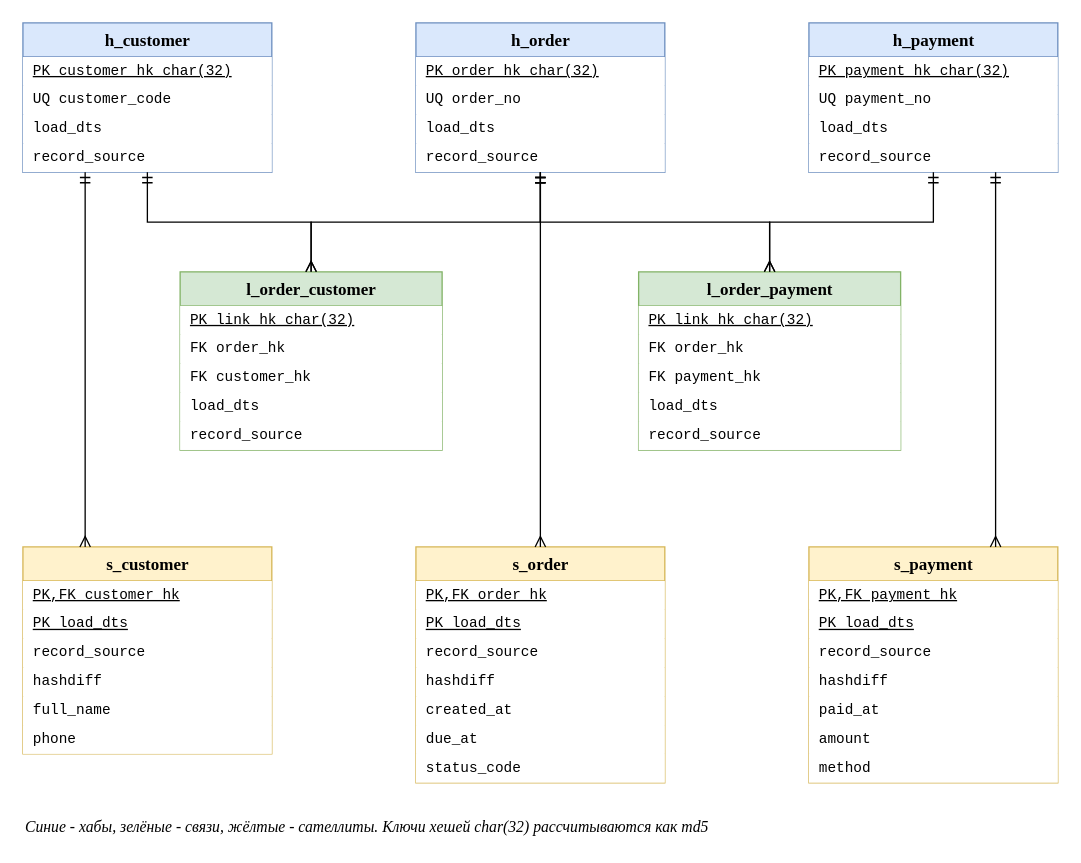
Loadk12/warehouse-datavault-lab keeps this draw.io diagram as diagrams/02_datavault_core.drawio. Above is the earlier version. Source tidied: cells renumbered, new cells numbered last; positions are measured from the earlier drawing's top-left corner, leaving out a move shared by most shapes. Both pictures are drawn from the tidied source at 131%, with x=0, y=0 at pixel (22, 22).
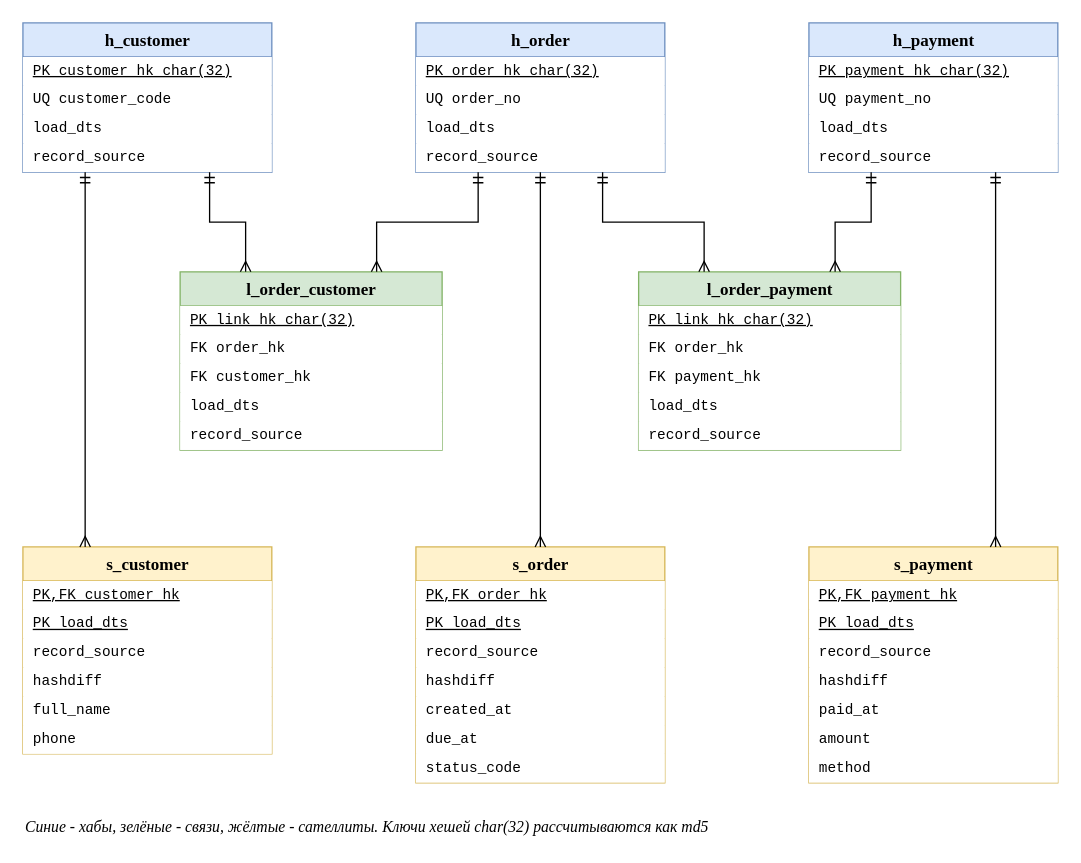
After the change.

Commit message (it also covers changes not shown here):
Redraw Data Vault diagrams without crossing lines

Unchanged cells that the change refers to:
```xml
<mxCell id="2" value="h_customer" style="swimlane;fontStyle=1;horizontal=1;startSize=26;fillColor=#dae8fc;strokeColor=#6c8ebf;fontFamily=Times New Roman;fontSize=13;html=1;" parent="1" vertex="1">
  <mxGeometry width="190" height="114" as="geometry" />
</mxCell>
<mxCell id="7" value="h_order" style="swimlane;fontStyle=1;horizontal=1;startSize=26;fillColor=#dae8fc;strokeColor=#6c8ebf;fontFamily=Times New Roman;fontSize=13;html=1;" parent="1" vertex="1">
  <mxGeometry x="300" width="190" height="114" as="geometry" />
</mxCell>
<mxCell id="12" value="h_payment" style="swimlane;fontStyle=1;horizontal=1;startSize=26;fillColor=#dae8fc;strokeColor=#6c8ebf;fontFamily=Times New Roman;fontSize=13;html=1;" parent="1" vertex="1">
  <mxGeometry x="600" width="190" height="114" as="geometry" />
</mxCell>
<mxCell id="17" value="l_order_customer" style="swimlane;fontStyle=1;horizontal=1;startSize=26;fillColor=#d5e8d4;strokeColor=#82b366;fontFamily=Times New Roman;fontSize=13;html=1;" parent="1" vertex="1">
  <mxGeometry x="120" y="190" width="200" height="136" as="geometry" />
</mxCell>
<mxCell id="23" value="l_order_payment" style="swimlane;fontStyle=1;horizontal=1;startSize=26;fillColor=#d5e8d4;strokeColor=#82b366;fontFamily=Times New Roman;fontSize=13;html=1;" parent="1" vertex="1">
  <mxGeometry x="470" y="190" width="200" height="136" as="geometry" />
</mxCell>
<mxCell id="36" value="s_order" style="swimlane;fontStyle=1;horizontal=1;startSize=26;fillColor=#fff2cc;strokeColor=#d6b656;fontFamily=Times New Roman;fontSize=13;html=1;" parent="1" vertex="1">
  <mxGeometry x="300" y="400" width="190" height="180" as="geometry" />
</mxCell>
```

The edit, as a diff of the source:
```diff
@@
-    <mxCell id="52" style="edgeStyle=orthogonalEdgeStyle;rounded=0;endArrow=ERmany;startArrow=ERmandOne;endFill=0;startFill=0;html=1;fontFamily=Times New Roman;fontSize=11;" parent="1" edge="1" source="7" target="17">
+    <mxCell id="52" style="edgeStyle=orthogonalEdgeStyle;rounded=0;endArrow=ERmany;startArrow=ERmandOne;endFill=0;startFill=0;html=1;fontFamily=Times New Roman;fontSize=11;exitX=0.75;exitY=1;entryX=0.25;entryY=0;" parent="1" edge="1" source="2" target="17">
       <mxGeometry relative="1" as="geometry" />
     </mxCell>
-    <mxCell id="53" style="edgeStyle=orthogonalEdgeStyle;rounded=0;endArrow=ERmany;startArrow=ERmandOne;endFill=0;startFill=0;html=1;fontFamily=Times New Roman;fontSize=11;" parent="1" edge="1" source="2" target="17">
+    <mxCell id="53" style="edgeStyle=orthogonalEdgeStyle;rounded=0;endArrow=ERmany;startArrow=ERmandOne;endFill=0;startFill=0;html=1;fontFamily=Times New Roman;fontSize=11;exitX=0.25;exitY=1;entryX=0.75;entryY=0;" parent="1" edge="1" source="7" target="17">
       <mxGeometry relative="1" as="geometry" />
     </mxCell>
-    <mxCell id="54" style="edgeStyle=orthogonalEdgeStyle;rounded=0;endArrow=ERmany;startArrow=ERmandOne;endFill=0;startFill=0;html=1;fontFamily=Times New Roman;fontSize=11;" parent="1" edge="1" source="7" target="23">
+    <mxCell id="54" style="edgeStyle=orthogonalEdgeStyle;rounded=0;endArrow=ERmany;startArrow=ERmandOne;endFill=0;startFill=0;html=1;fontFamily=Times New Roman;fontSize=11;exitX=0.75;exitY=1;entryX=0.25;entryY=0;" parent="1" edge="1" source="7" target="23">
       <mxGeometry relative="1" as="geometry" />
     </mxCell>
-    <mxCell id="55" style="edgeStyle=orthogonalEdgeStyle;rounded=0;endArrow=ERmany;startArrow=ERmandOne;endFill=0;startFill=0;html=1;fontFamily=Times New Roman;fontSize=11;" parent="1" edge="1" source="12" target="23">
+    <mxCell id="55" style="edgeStyle=orthogonalEdgeStyle;rounded=0;endArrow=ERmany;startArrow=ERmandOne;endFill=0;startFill=0;html=1;fontFamily=Times New Roman;fontSize=11;exitX=0.25;exitY=1;entryX=0.75;entryY=0;" parent="1" edge="1" source="12" target="23">
       <mxGeometry relative="1" as="geometry" />
     </mxCell>
@@
-    <mxCell id="57" style="edgeStyle=orthogonalEdgeStyle;rounded=0;endArrow=ERmany;startArrow=ERmandOne;endFill=0;startFill=0;html=1;fontFamily=Times New Roman;fontSize=11;" parent="1" edge="1" source="7" target="36">
+    <mxCell id="57" style="edgeStyle=orthogonalEdgeStyle;rounded=0;endArrow=ERmany;startArrow=ERmandOne;endFill=0;startFill=0;html=1;fontFamily=Times New Roman;fontSize=11;exitX=0.5;exitY=1;entryX=0.5;entryY=0;" parent="1" edge="1" source="7" target="36">
       <mxGeometry relative="1" as="geometry" />
     </mxCell>
```
